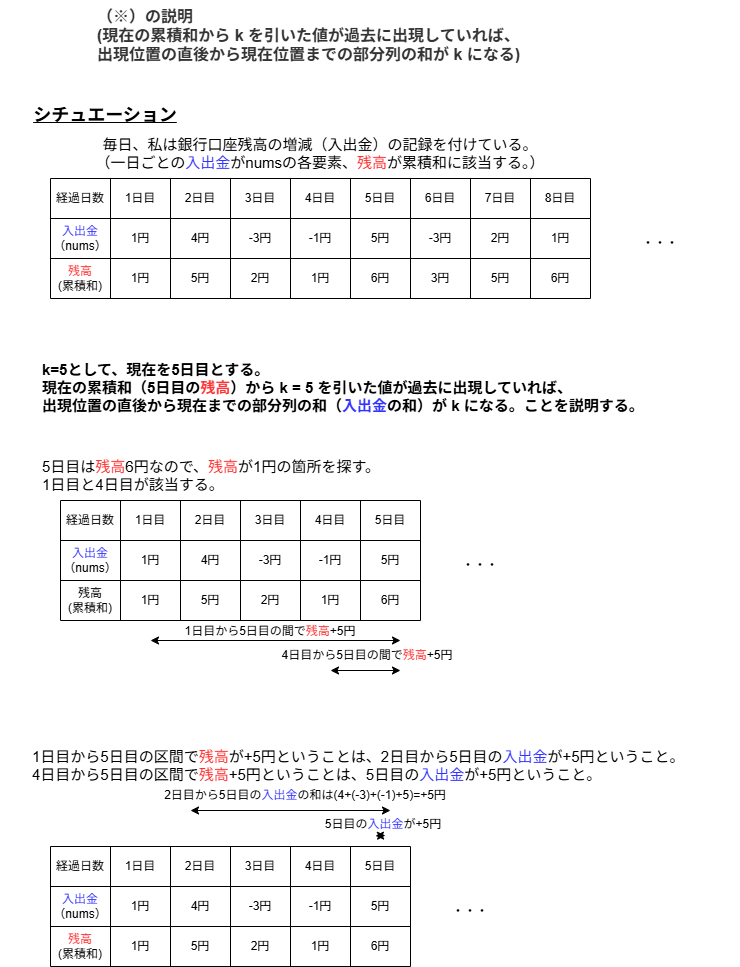
Earlier version of the draw.io export 560_Subarray_Sum_Equals_K/subarraySum_logic.png (h-masder/Arai60). Source tidied: cells renumbered, new cells last; positions are measured from the earlier drawing's top-left corner, leaving out a move shared by most shapes.
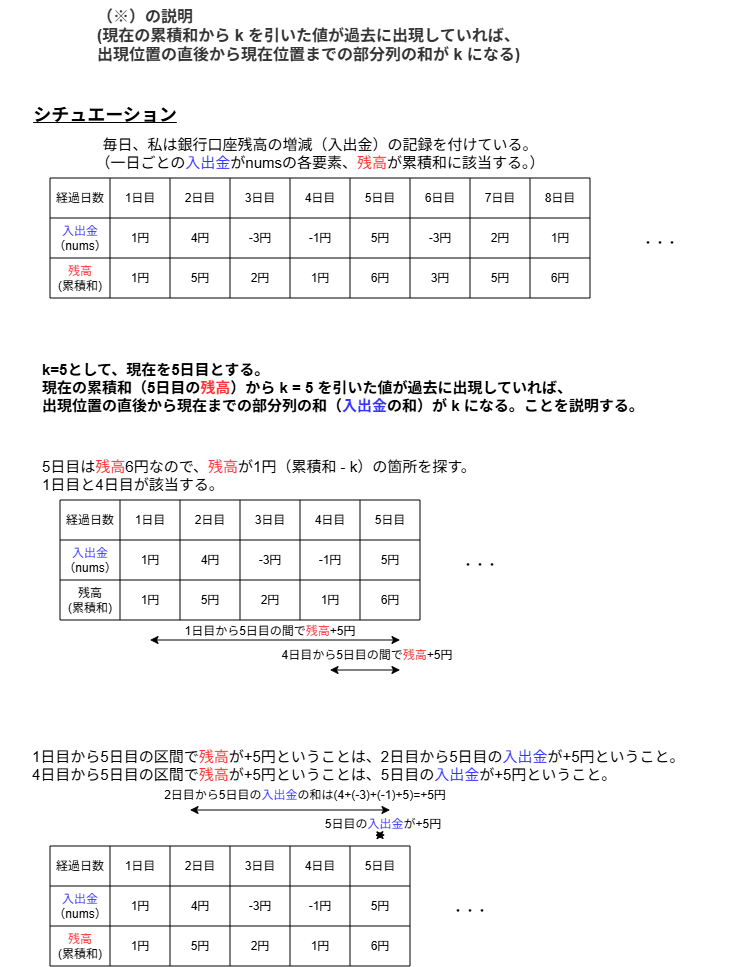
The same file after the commit.

Diff of the diagram source:
```diff
@@ -170,7 +170,7 @@
     <mxCell id="57" value="・・・" style="text;html=1;whiteSpace=wrap;strokeColor=none;fillColor=none;align=center;verticalAlign=middle;rounded=0;" parent="1" vertex="1">
       <mxGeometry x="450" y="550" width="60" height="30" as="geometry" />
     </mxCell>
-    <mxCell id="58" value="&lt;font style=&quot;font-size: 15px;&quot;&gt;5日目は&lt;font style=&quot;color: rgb(255, 51, 51);&quot;&gt;残高&lt;/font&gt;6円なので、&lt;font style=&quot;color: rgb(255, 51, 51);&quot;&gt;残高&lt;/font&gt;が1円の箇所を探す。&lt;/font&gt;&lt;div&gt;&lt;font style=&quot;font-size: 15px;&quot;&gt;1日目と4日目が該当する。&lt;br&gt;&lt;/font&gt;&lt;/div&gt;" style="text;html=1;whiteSpace=wrap;strokeColor=none;fillColor=none;align=left;verticalAlign=middle;rounded=0;" parent="1" vertex="1">
+    <mxCell id="58" value="&lt;font style=&quot;font-size: 15px;&quot;&gt;5日目は&lt;font style=&quot;color: rgb(255, 51, 51);&quot;&gt;残高&lt;/font&gt;6円なので、&lt;font style=&quot;color: rgb(255, 51, 51);&quot;&gt;残高&lt;/font&gt;が1円（累積和 - k）の箇所を探す。&lt;/font&gt;&lt;div&gt;&lt;font style=&quot;font-size: 15px;&quot;&gt;1日目と4日目が該当する。&lt;br&gt;&lt;/font&gt;&lt;/div&gt;" style="text;html=1;whiteSpace=wrap;strokeColor=none;fillColor=none;align=left;verticalAlign=middle;rounded=0;" parent="1" vertex="1">
       <mxGeometry x="40" y="460" width="530" height="30" as="geometry" />
     </mxCell>
     <mxCell id="59" value="&lt;br&gt;&lt;div&gt;&lt;span style=&quot;font-size: 15px;&quot;&gt;毎日、私は銀行口座残高の増減（入出金）の記録を付けている。&lt;/span&gt;&lt;/div&gt;&lt;div&gt;&lt;span style=&quot;font-size: 15px;&quot;&gt;（一日ごとの&lt;font style=&quot;color: rgb(51, 51, 255);&quot;&gt;入出金&lt;/font&gt;がnumsの各要素、&lt;font style=&quot;color: rgb(255, 51, 51);&quot;&gt;残高&lt;/font&gt;が累積和に該当する。）&lt;/span&gt;&lt;/div&gt;&lt;div&gt;&lt;br&gt;&lt;/div&gt;" style="text;html=1;whiteSpace=wrap;strokeColor=none;fillColor=none;align=center;verticalAlign=middle;rounded=0;" parent="1" vertex="1">
@@ -263,7 +263,7 @@
     <mxCell id="86" value="・・・" style="text;html=1;whiteSpace=wrap;strokeColor=none;fillColor=none;align=center;verticalAlign=middle;rounded=0;" parent="1" vertex="1">
       <mxGeometry x="440" y="896" width="60" height="30" as="geometry" />
     </mxCell>
-    <mxCell id="87" value="&lt;font style=&quot;font-size: 15px;&quot;&gt;1日目から5日目の区間で&lt;font style=&quot;color: rgb(255, 51, 51);&quot;&gt;残高&lt;/font&gt;が+5円ということは、2日目から5日目の&lt;font style=&quot;color: rgb(51, 51, 255);&quot;&gt;入出金&lt;/font&gt;が+5円ということ。&lt;/font&gt;&lt;div&gt;&lt;span style=&quot;font-size: 15px; background-color: transparent; color: light-dark(rgb(0, 0, 0), rgb(255, 255, 255));&quot;&gt;4日目から5日目の区間で&lt;/span&gt;&lt;font style=&quot;font-size: 15px; background-color: transparent; color: rgb(255, 51, 51);&quot;&gt;残高&lt;/font&gt;&lt;span style=&quot;font-size: 15px; background-color: transparent; color: light-dark(rgb(0, 0, 0), rgb(255, 255, 255));&quot;&gt;+5円ということは、5日目の&lt;/span&gt;&lt;span style=&quot;font-size: 15px; background-color: transparent;&quot;&gt;&lt;font style=&quot;color: light-dark(rgb(51, 51, 255), rgb(255, 255, 255));&quot;&gt;入出金&lt;/font&gt;&lt;/span&gt;&lt;span style=&quot;font-size: 15px; background-color: transparent; color: light-dark(rgb(0, 0, 0), rgb(255, 255, 255));&quot;&gt;が+5円ということ。&lt;/span&gt;&lt;/div&gt;" style="text;html=1;whiteSpace=wrap;strokeColor=none;fillColor=none;align=left;verticalAlign=middle;rounded=0;" parent="1" vertex="1">
+    <mxCell id="87" value="&lt;font style=&quot;font-size: 15px;&quot;&gt;1日目から5日目の区間で&lt;font style=&quot;color: rgb(255, 51, 51);&quot;&gt;残高&lt;/font&gt;が+5円ということは、2日目から5日目の&lt;font style=&quot;color: rgb(51, 51, 255);&quot;&gt;入出金&lt;/font&gt;が+5円ということ。&lt;/font&gt;&lt;div&gt;&lt;span style=&quot;font-size: 15px; background-color: transparent; color: light-dark(rgb(0, 0, 0), rgb(255, 255, 255));&quot;&gt;4日目から5日目の区間で&lt;/span&gt;&lt;font style=&quot;font-size: 15px; background-color: transparent; color: rgb(255, 51, 51);&quot;&gt;残高&lt;/font&gt;&lt;font style=&quot;font-size: 15px; background-color: transparent; color: rgb(15, 3, 3);&quot;&gt;が&lt;/font&gt;&lt;span style=&quot;font-size: 15px; background-color: transparent; color: light-dark(rgb(0, 0, 0), rgb(255, 255, 255));&quot;&gt;+5円ということは、5日目の&lt;/span&gt;&lt;span style=&quot;font-size: 15px; background-color: transparent;&quot;&gt;&lt;font style=&quot;color: light-dark(rgb(51, 51, 255), rgb(255, 255, 255));&quot;&gt;入出金&lt;/font&gt;&lt;/span&gt;&lt;span style=&quot;font-size: 15px; background-color: transparent; color: light-dark(rgb(0, 0, 0), rgb(255, 255, 255));&quot;&gt;が+5円ということ。&lt;/span&gt;&lt;/div&gt;" style="text;html=1;whiteSpace=wrap;strokeColor=none;fillColor=none;align=left;verticalAlign=middle;rounded=0;" parent="1" vertex="1">
       <mxGeometry x="30" y="750" width="710" height="30" as="geometry" />
     </mxCell>
     <mxCell id="88" style="endArrow=classic;startArrow=classic;html=1;rounded=0;" parent="1" edge="1">
```
